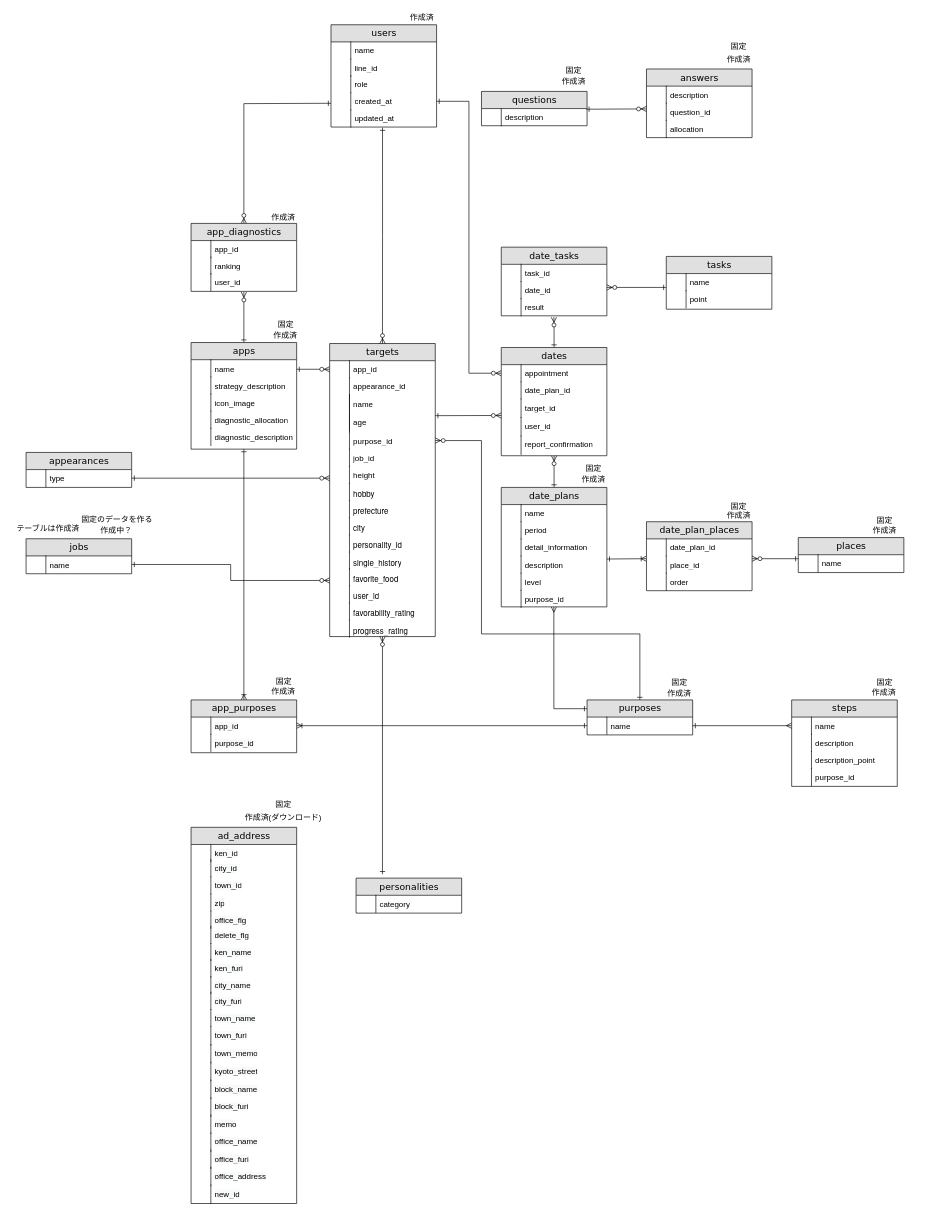
Earlier version of the draw.io diagram Untitled Diagram.drawio (kstar0102/ryuki0102). Source tidied: cells renumbered, new cells numbered last; positions are measured from the earlier drawing's top-left corner, leaving out a move shared by most shapes. Both pictures are drawn from the tidied source at 66%, with x=0, y=0 at pixel (11, 11).
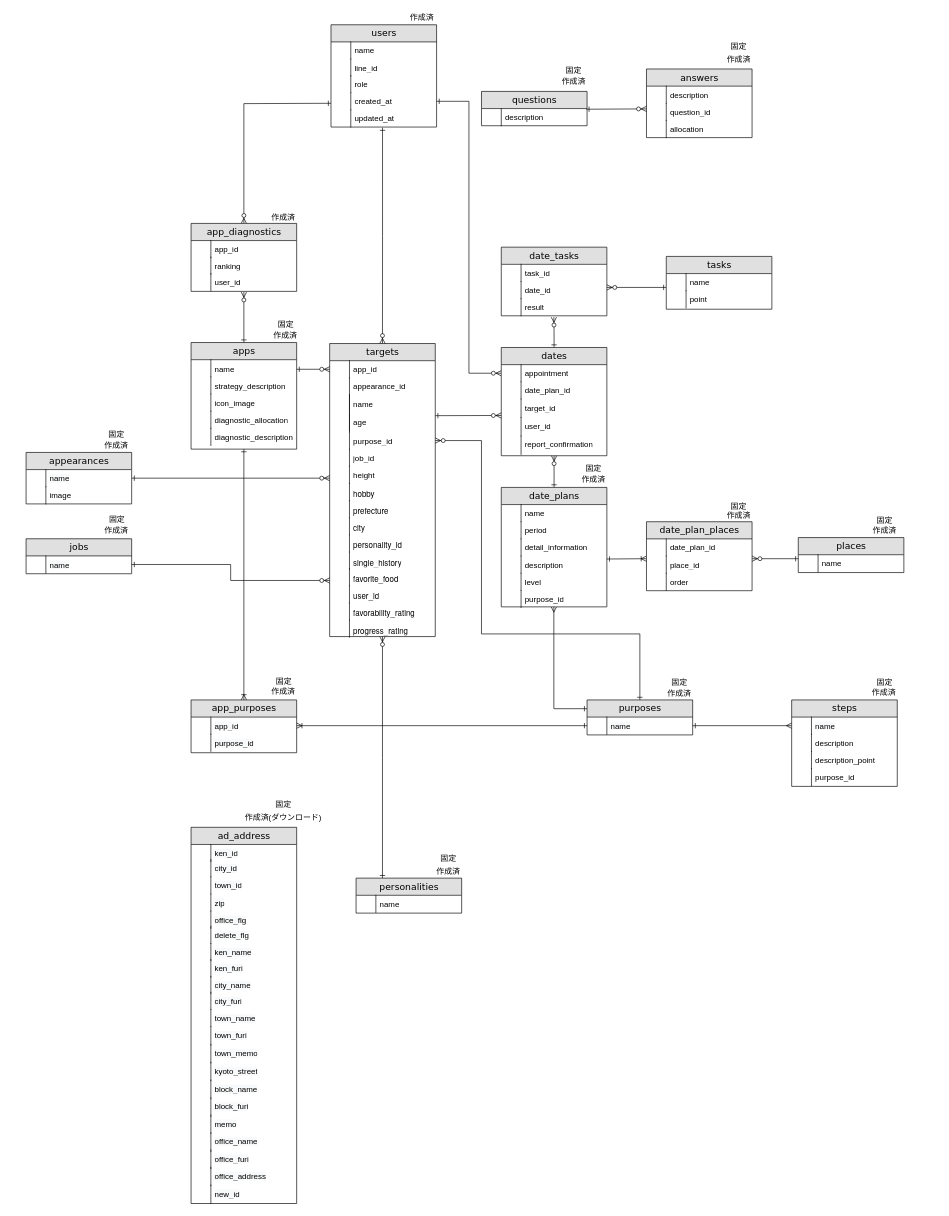
The same diagram, later.

The change refers to these unchanged cells:
```xml
<mxCell id="162" value="personalities" style="swimlane;html=1;fontStyle=0;horizontal=1;startSize=26;fillColor=#e0e0e0;swimlaneFillColor=#ffffff;align=center;rounded=0;shadow=0;comic=0;labelBackgroundColor=none;strokeWidth=1;fontFamily=Verdana;fontSize=14;" parent="1" vertex="1">
  <mxGeometry x="522" y="1313" width="160" height="53" as="geometry" />
</mxCell>
```

What changed in the source:
```diff
@@
     <mxCell id="152" value="appearances" style="swimlane;html=1;fontStyle=0;horizontal=1;startSize=26;fillColor=#e0e0e0;swimlaneFillColor=#ffffff;align=center;rounded=0;shadow=0;comic=0;labelBackgroundColor=none;strokeWidth=1;fontFamily=Verdana;fontSize=14;" parent="1" vertex="1">
-      <mxGeometry x="22" y="668" width="160" height="53" as="geometry" />
+      <mxGeometry x="22" y="668" width="160" height="78" as="geometry" />
     </mxCell>
-    <mxCell id="153" value="&lt;span style=&quot;color: rgb(0 , 0 , 0) ; font-family: &amp;#34;helvetica&amp;#34; ; font-size: 12px ; font-style: normal ; font-weight: 400 ; letter-spacing: normal ; text-align: left ; text-indent: 0px ; text-transform: none ; word-spacing: 0px ; background-color: rgb(248 , 249 , 250) ; display: inline ; float: none&quot;&gt;type&lt;/span&gt;" style="shape=partialRectangle;top=0;left=0;right=0;bottom=0;html=1;align=left;verticalAlign=top;fillColor=none;spacingLeft=34;spacingRight=4;whiteSpace=wrap;overflow=hidden;points=[[0,0.5],[1,0.5]];portConstraint=eastwest;" parent="152" vertex="1">
+    <mxCell id="153" value="&lt;span style=&quot;color: rgb(0 , 0 , 0) ; font-family: &amp;#34;helvetica&amp;#34; ; font-size: 12px ; font-style: normal ; font-weight: 400 ; letter-spacing: normal ; text-align: left ; text-indent: 0px ; text-transform: none ; word-spacing: 0px ; background-color: rgb(248 , 249 , 250) ; display: inline ; float: none&quot;&gt;name&lt;/span&gt;" style="shape=partialRectangle;top=0;left=0;right=0;bottom=0;html=1;align=left;verticalAlign=top;fillColor=none;spacingLeft=34;spacingRight=4;whiteSpace=wrap;overflow=hidden;points=[[0,0.5],[1,0.5]];portConstraint=eastwest;" parent="152" vertex="1">
       <mxGeometry y="26" width="160" height="26" as="geometry" />
     </mxCell>
@@
-    <mxCell id="161" style="edgeStyle=orthogonalEdgeStyle;rounded=0;orthogonalLoop=1;jettySize=auto;html=1;exitX=0.25;exitY=0;exitDx=0;exitDy=0;startArrow=ERone;startFill=0;endArrow=ERzeroToMany;endFill=1;" parent="1" edge="1">
+    <mxCell id="161" style="edgeStyle=orthogonalEdgeStyle;rounded=0;jettySize=auto;html=1;startArrow=ERone;startFill=0;endArrow=ERzeroToMany;endFill=1;exitX=0.25;exitY=0;exitDx=0;exitDy=0;" parent="1" edge="1" source="162">
       <mxGeometry relative="1" as="geometry">
-        <mxPoint x="562" y="1307" as="sourcePoint" />
         <mxPoint x="562" y="947" as="targetPoint" />
       </mxGeometry>
     </mxCell>
@@
-    <mxCell id="163" value="&lt;font face=&quot;helvetica&quot;&gt;category&lt;/font&gt;" style="shape=partialRectangle;top=0;left=0;right=0;bottom=0;html=1;align=left;verticalAlign=top;fillColor=none;spacingLeft=34;spacingRight=4;whiteSpace=wrap;overflow=hidden;" parent="162" vertex="1">
+    <mxCell id="163" value="&lt;font face=&quot;helvetica&quot;&gt;name&lt;/font&gt;" style="shape=partialRectangle;top=0;left=0;right=0;bottom=0;html=1;align=left;verticalAlign=top;fillColor=none;spacingLeft=34;spacingRight=4;whiteSpace=wrap;overflow=hidden;" parent="162" vertex="1">
       <mxGeometry y="26" width="160" height="26" as="geometry" />
     </mxCell>
@@
-    <mxCell id="187" value="作成中？" style="text;html=1;strokeColor=none;fillColor=none;align=center;verticalAlign=middle;whiteSpace=wrap;rounded=0;" parent="1" vertex="1">
+    <mxCell id="187" value="作成済" style="text;html=1;strokeColor=none;fillColor=none;align=center;verticalAlign=middle;whiteSpace=wrap;rounded=0;" parent="1" vertex="1">
       <mxGeometry x="129" y="776" width="60" height="20" as="geometry" />
     </mxCell>
-    <mxCell id="188" value="固定のデータを作る" style="text;html=1;strokeColor=none;fillColor=none;align=center;verticalAlign=middle;whiteSpace=wrap;rounded=0;" parent="1" vertex="1">
+    <mxCell id="188" value="固定" style="text;html=1;strokeColor=none;fillColor=none;align=center;verticalAlign=middle;whiteSpace=wrap;rounded=0;" parent="1" vertex="1">
       <mxGeometry x="105" y="760" width="110" height="20" as="geometry" />
     </mxCell>
-    <mxCell id="189" value="テーブルは作成済" style="text;html=1;align=center;verticalAlign=middle;strokeColor=none;fillColor=none;" parent="1" vertex="1">
-      <mxGeometry y="773" width="110" height="20" as="geometry" />
-    </mxCell>
@@
+    <mxCell id="236" value="固定" style="text;html=1;strokeColor=none;fillColor=none;align=center;verticalAlign=middle;whiteSpace=wrap;rounded=0;" parent="1" vertex="1">
+      <mxGeometry x="642" y="1273" width="40" height="20" as="geometry" />
+    </mxCell>
+    <mxCell id="237" value="作成済" style="text;html=1;strokeColor=none;fillColor=none;align=center;verticalAlign=middle;whiteSpace=wrap;rounded=0;" parent="1" vertex="1">
+      <mxGeometry x="642" y="1293" width="40" height="20" as="geometry" />
+    </mxCell>
+    <mxCell id="238" value="image" style="shape=partialRectangle;top=0;left=0;right=0;bottom=0;html=1;align=left;verticalAlign=top;fillColor=none;spacingLeft=34;spacingRight=4;whiteSpace=wrap;overflow=hidden;" parent="1" vertex="1">
+      <mxGeometry x="22" y="720" width="160" height="26" as="geometry" />
+    </mxCell>
+    <mxCell id="239" style="shape=partialRectangle;top=0;left=0;bottom=0;html=1;fillColor=none;align=left;verticalAlign=top;spacingLeft=4;spacingRight=4;whiteSpace=wrap;overflow=hidden;" parent="238" vertex="1">
+      <mxGeometry width="30" height="26" as="geometry" />
+    </mxCell>
+    <mxCell id="240" value="固定" style="text;html=1;strokeColor=none;fillColor=none;align=center;verticalAlign=middle;whiteSpace=wrap;rounded=0;" parent="1" vertex="1">
+      <mxGeometry x="104" y="630.5" width="110" height="20" as="geometry" />
+    </mxCell>
+    <mxCell id="241" value="作成済" style="text;html=1;strokeColor=none;fillColor=none;align=center;verticalAlign=middle;whiteSpace=wrap;rounded=0;" parent="1" vertex="1">
+      <mxGeometry x="104" y="647.5" width="110" height="20" as="geometry" />
+    </mxCell>
```
